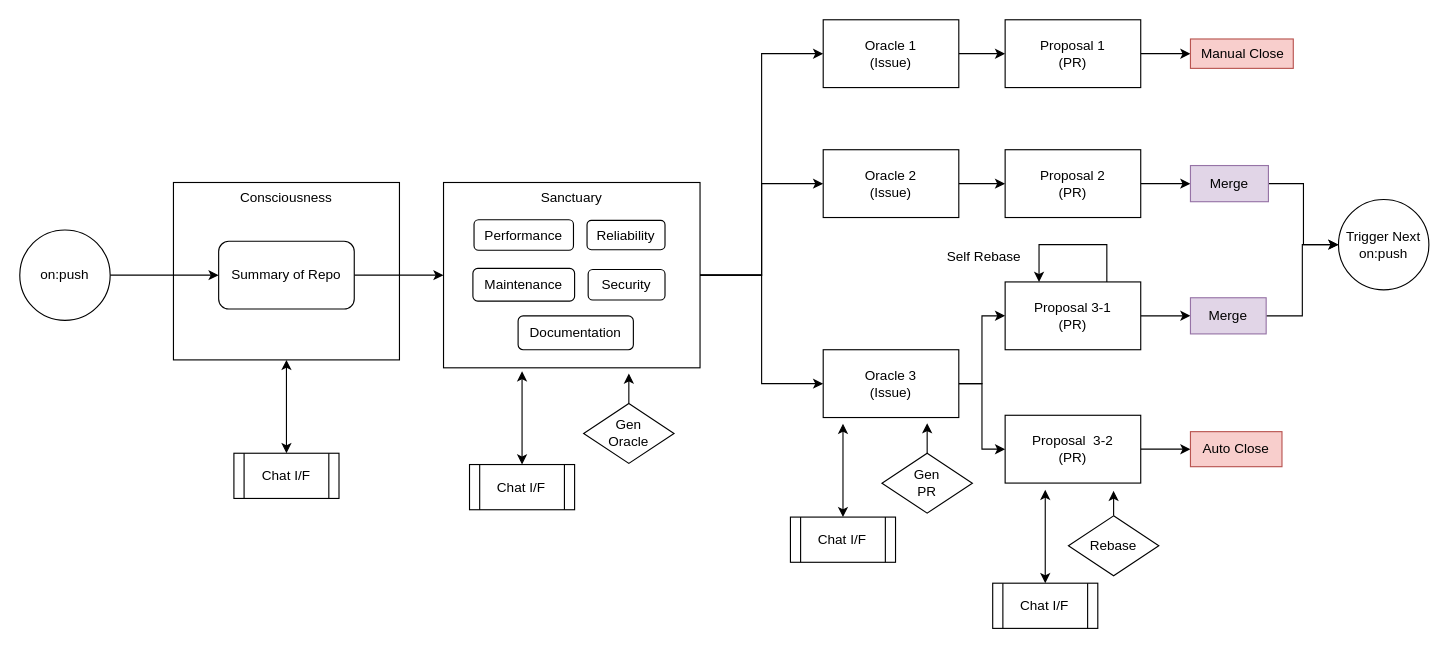
Before: docs/architecture.drawio in jill64/code-buer, a draw.io diagram. Source tidied: cells renumbered, new cells numbered last; positions are measured from the earlier drawing's top-left corner, leaving out a move shared by most shapes. Both pictures are drawn from the tidied source at 113%, with x=0, y=0 at pixel (19, 19).
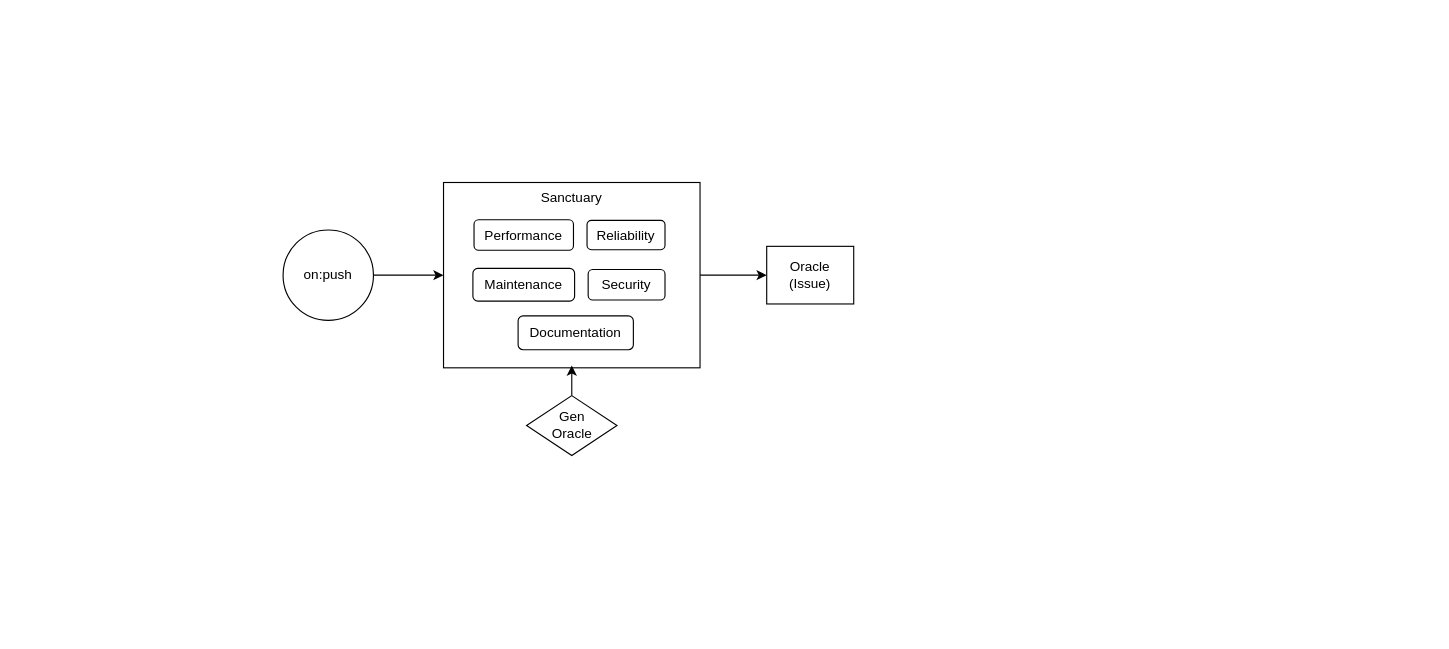
After the change.

Unchanged cells that the change refers to:
```xml
<mxCell id="41" value="Sanctuary" style="whiteSpace=wrap;html=1;verticalAlign=top;" parent="1" vertex="1">
  <mxGeometry x="375" y="144" width="227" height="164" as="geometry" />
</mxCell>
```

The edit, as a diff of the source:
```diff
@@
-    <mxCell id="2" value="Consciousness" style="whiteSpace=wrap;html=1;align=center;verticalAlign=top;" parent="1" vertex="1">
-      <mxGeometry x="136" y="144" width="200" height="157" as="geometry" />
-    </mxCell>
-    <mxCell id="3" style="edgeStyle=orthogonalEdgeStyle;rounded=0;jettySize=auto;html=1;" parent="1" edge="1" source="4" target="53">
-      <mxGeometry relative="1" as="geometry" />
-    </mxCell>
     <mxCell id="4" value="on:push" style="ellipse;whiteSpace=wrap;html=1;" parent="1" vertex="1">
-      <mxGeometry y="186" width="80" height="80" as="geometry" />
+      <mxGeometry x="233" y="186" width="80" height="80" as="geometry" />
     </mxCell>
-    <mxCell id="5" style="edgeStyle=orthogonalEdgeStyle;rounded=0;jettySize=auto;html=1;" parent="1" edge="1" source="41" target="11">
-      <mxGeometry relative="1" as="geometry" />
-    </mxCell>
-    <mxCell id="6" style="edgeStyle=orthogonalEdgeStyle;rounded=0;jettySize=auto;html=1;entryX=0;entryY=0.5;entryDx=0;entryDy=0;" parent="1" edge="1" source="41" target="9">
-      <mxGeometry relative="1" as="geometry" />
-    </mxCell>
@@
-    <mxCell id="8" style="edgeStyle=orthogonalEdgeStyle;rounded=0;jettySize=auto;html=1;" parent="1" edge="1" source="9" target="16">
-      <mxGeometry relative="1" as="geometry" />
-    </mxCell>
-    <mxCell id="9" value="Oracle 1&lt;br&gt;(Issue)" style="whiteSpace=wrap;html=1;" parent="1" vertex="1">
-      <mxGeometry x="711" width="120" height="60" as="geometry" />
-    </mxCell>
-    <mxCell id="10" style="edgeStyle=orthogonalEdgeStyle;rounded=0;jettySize=auto;html=1;" parent="1" edge="1" source="11" target="18">
-      <mxGeometry relative="1" as="geometry" />
-    </mxCell>
-    <mxCell id="11" value="Oracle 2&lt;br&gt;(Issue)" style="whiteSpace=wrap;html=1;" parent="1" vertex="1">
-      <mxGeometry x="711" y="115" width="120" height="60" as="geometry" />
-    </mxCell>
-    <mxCell id="12" style="edgeStyle=orthogonalEdgeStyle;rounded=0;jettySize=auto;html=1;" parent="1" edge="1" source="14" target="20">
-      <mxGeometry relative="1" as="geometry" />
-    </mxCell>
-    <mxCell id="13" style="edgeStyle=orthogonalEdgeStyle;rounded=0;jettySize=auto;html=1;" parent="1" edge="1" source="14" target="28">
-      <mxGeometry relative="1" as="geometry" />
-    </mxCell>
-    <mxCell id="14" value="Oracle 3&lt;br&gt;(Issue)" style="whiteSpace=wrap;html=1;" parent="1" vertex="1">
-      <mxGeometry x="711" y="292" width="120" height="60" as="geometry" />
+    <mxCell id="14" value="Oracle&lt;br&gt;(Issue)" style="whiteSpace=wrap;html=1;" parent="1" vertex="1">
+      <mxGeometry x="661" y="200.5" width="77" height="51" as="geometry" />
     </mxCell>
-    <mxCell id="15" style="edgeStyle=orthogonalEdgeStyle;rounded=0;jettySize=auto;html=1;" parent="1" edge="1" source="16" target="29">
-      <mxGeometry relative="1" as="geometry" />
-    </mxCell>
-    <mxCell id="16" value="Proposal 1&lt;br&gt;(PR)" style="whiteSpace=wrap;html=1;" parent="1" vertex="1">
-      <mxGeometry x="872" width="120" height="60" as="geometry" />
-    </mxCell>
-    <mxCell id="17" style="edgeStyle=orthogonalEdgeStyle;rounded=0;jettySize=auto;html=1;" parent="1" edge="1" source="18" target="24">
-      <mxGeometry relative="1" as="geometry" />
-    </mxCell>
-    <mxCell id="18" value="Proposal 2&lt;br&gt;(PR)" style="whiteSpace=wrap;html=1;" parent="1" vertex="1">
-      <mxGeometry x="872" y="115" width="120" height="60" as="geometry" />
-    </mxCell>
-    <mxCell id="19" style="edgeStyle=orthogonalEdgeStyle;rounded=0;jettySize=auto;html=1;" parent="1" edge="1" source="20" target="33">
-      <mxGeometry relative="1" as="geometry" />
-    </mxCell>
-    <mxCell id="20" value="Proposal 3-1&lt;br&gt;(PR)" style="whiteSpace=wrap;html=1;" parent="1" vertex="1">
-      <mxGeometry x="872" y="232" width="120" height="60" as="geometry" />
-    </mxCell>
-    <mxCell id="21" style="edgeStyle=orthogonalEdgeStyle;rounded=0;jettySize=auto;html=1;" parent="1" edge="1" source="22">
-      <mxGeometry relative="1" as="geometry">
-        <mxPoint x="968" y="416.9" as="targetPoint" />
-      </mxGeometry>
-    </mxCell>
-    <mxCell id="22" value="Rebase" style="rhombus;whiteSpace=wrap;html=1;" parent="1" vertex="1">
-      <mxGeometry x="928" y="439" width="80" height="53" as="geometry" />
-    </mxCell>
-    <mxCell id="23" style="edgeStyle=orthogonalEdgeStyle;rounded=0;jettySize=auto;html=1;" parent="1" edge="1" source="24" target="35">
-      <mxGeometry relative="1" as="geometry" />
-    </mxCell>
-    <mxCell id="24" value="Merge" style="whiteSpace=wrap;html=1;fillColor=#e1d5e7;strokeColor=#9673a6;" parent="1" vertex="1">
-      <mxGeometry x="1036" y="129" width="69" height="32" as="geometry" />
-    </mxCell>
-    <mxCell id="25" style="edgeStyle=orthogonalEdgeStyle;rounded=0;jettySize=auto;html=1;" parent="1" edge="1" source="26">
-      <mxGeometry relative="1" as="geometry">
-        <mxPoint x="803" y="357" as="targetPoint" />
-      </mxGeometry>
-    </mxCell>
-    <mxCell id="26" value="Gen&lt;br&gt;PR" style="rhombus;whiteSpace=wrap;html=1;" parent="1" vertex="1">
-      <mxGeometry x="763" y="383.6" width="80" height="53" as="geometry" />
-    </mxCell>
-    <mxCell id="27" style="edgeStyle=orthogonalEdgeStyle;rounded=0;jettySize=auto;html=1;" parent="1" edge="1" source="28" target="34">
-      <mxGeometry relative="1" as="geometry" />
-    </mxCell>
-    <mxCell id="28" value="Proposal&amp;nbsp; 3-2&lt;br&gt;(PR)" style="whiteSpace=wrap;html=1;" parent="1" vertex="1">
-      <mxGeometry x="872" y="350" width="120" height="60" as="geometry" />
-    </mxCell>
-    <mxCell id="29" value="Manual Close" style="text;html=1;align=center;verticalAlign=middle;points=[];strokeColor=#b85450;fillColor=#f8cecc;direction=south;" parent="1" vertex="1">
-      <mxGeometry x="1036" y="17" width="91" height="26" as="geometry" />
-    </mxCell>
-    <mxCell id="30" style="edgeStyle=orthogonalEdgeStyle;rounded=0;orthogonalLoop=1;jettySize=auto;html=1;exitX=0.75;exitY=0;exitDx=0;exitDy=0;entryX=0.25;entryY=0;entryDx=0;entryDy=0;" parent="1" edge="1" source="20" target="20">
-      <mxGeometry relative="1" as="geometry">
-        <Array as="points">
-          <mxPoint x="962" y="199" />
-          <mxPoint x="902" y="199" />
-        </Array>
-      </mxGeometry>
-    </mxCell>
-    <mxCell id="31" value="Self Rebase" style="text;html=1;align=center;verticalAlign=middle;strokeColor=none;fillColor=none;" parent="1" vertex="1">
-      <mxGeometry x="811" y="197" width="83" height="26" as="geometry" />
-    </mxCell>
-    <mxCell id="32" style="edgeStyle=orthogonalEdgeStyle;rounded=0;jettySize=auto;html=1;entryX=0;entryY=0.5;entryDx=0;entryDy=0;" parent="1" edge="1" source="33" target="35">
-      <mxGeometry relative="1" as="geometry" />
-    </mxCell>
-    <mxCell id="33" value="Merge" style="whiteSpace=wrap;html=1;fillColor=#e1d5e7;strokeColor=#9673a6;" parent="1" vertex="1">
-      <mxGeometry x="1036" y="246" width="67" height="32" as="geometry" />
-    </mxCell>
-    <mxCell id="34" value="Auto Close" style="whiteSpace=wrap;html=1;fillColor=#f8cecc;strokeColor=#b85450;" parent="1" vertex="1">
-      <mxGeometry x="1036" y="364.5" width="81" height="31" as="geometry" />
-    </mxCell>
-    <mxCell id="35" value="Trigger Next&lt;br&gt;on:push" style="ellipse;whiteSpace=wrap;html=1;" parent="1" vertex="1">
-      <mxGeometry x="1167" y="159" width="80" height="80" as="geometry" />
-    </mxCell>
-    <mxCell id="36" style="edgeStyle=orthogonalEdgeStyle;rounded=0;jettySize=auto;html=1;" parent="1" edge="1" source="53" target="41">
+    <mxCell id="36" style="edgeStyle=orthogonalEdgeStyle;rounded=0;jettySize=auto;html=1;" parent="1" edge="1" source="4" target="41">
       <mxGeometry relative="1" as="geometry" />
     </mxCell>
-    <mxCell id="37" style="edgeStyle=orthogonalEdgeStyle;rounded=0;jettySize=auto;html=1;startArrow=classic;startFill=1;" parent="1" edge="1" source="38">
-      <mxGeometry relative="1" as="geometry">
-        <mxPoint x="728.5" y="357.5" as="targetPoint" />
-      </mxGeometry>
-    </mxCell>
-    <mxCell id="38" value="Chat I/F" style="shape=process;whiteSpace=wrap;html=1;backgroundOutline=1;" parent="1" vertex="1">
-      <mxGeometry x="682" y="440.1" width="93" height="40" as="geometry" />
-    </mxCell>
-    <mxCell id="39" style="edgeStyle=orthogonalEdgeStyle;rounded=0;jettySize=auto;html=1;startArrow=classic;startFill=1;" parent="1" edge="1" source="40">
-      <mxGeometry relative="1" as="geometry">
-        <mxPoint x="907.5" y="416" as="targetPoint" />
-      </mxGeometry>
-    </mxCell>
-    <mxCell id="40" value="Chat I/F" style="shape=process;whiteSpace=wrap;html=1;backgroundOutline=1;" parent="1" vertex="1">
-      <mxGeometry x="861" y="498.6" width="93" height="40" as="geometry" />
-    </mxCell>
@@
-    <mxCell id="42" style="edgeStyle=orthogonalEdgeStyle;rounded=0;jettySize=auto;html=1;startArrow=classic;startFill=1;" parent="1" edge="1" source="43">
-      <mxGeometry relative="1" as="geometry">
-        <mxPoint x="444.5" y="311" as="targetPoint" />
-      </mxGeometry>
-    </mxCell>
-    <mxCell id="43" value="Chat I/F" style="shape=process;whiteSpace=wrap;html=1;backgroundOutline=1;" parent="1" vertex="1">
-      <mxGeometry x="398" y="393.6" width="93" height="40" as="geometry" />
-    </mxCell>
@@
     <mxCell id="47" style="edgeStyle=orthogonalEdgeStyle;rounded=0;jettySize=auto;html=1;" parent="1" edge="1" source="48">
       <mxGeometry relative="1" as="geometry">
-        <mxPoint x="539" y="313" as="targetPoint" />
+        <mxPoint x="488.5" y="306" as="targetPoint" />
       </mxGeometry>
     </mxCell>
     <mxCell id="48" value="Gen&lt;br&gt;Oracle" style="rhombus;whiteSpace=wrap;html=1;" parent="1" vertex="1">
-      <mxGeometry x="499" y="339.6" width="80" height="53" as="geometry" />
+      <mxGeometry x="448.5" y="332.6" width="80" height="53" as="geometry" />
     </mxCell>
@@
-    <mxCell id="51" style="edgeStyle=orthogonalEdgeStyle;rounded=0;jettySize=auto;html=1;startArrow=classic;startFill=1;" parent="1" edge="1" source="52">
-      <mxGeometry relative="1" as="geometry">
-        <mxPoint x="236" y="301" as="targetPoint" />
-      </mxGeometry>
-    </mxCell>
-    <mxCell id="52" value="Chat I/F" style="shape=process;whiteSpace=wrap;html=1;backgroundOutline=1;" parent="1" vertex="1">
-      <mxGeometry x="189.5" y="383.6" width="93" height="40" as="geometry" />
-    </mxCell>
-    <mxCell id="53" value="Summary of Repo" style="rounded=1;whiteSpace=wrap;html=1;" parent="1" vertex="1">
-      <mxGeometry x="176" y="196" width="120" height="60" as="geometry" />
-    </mxCell>
```
